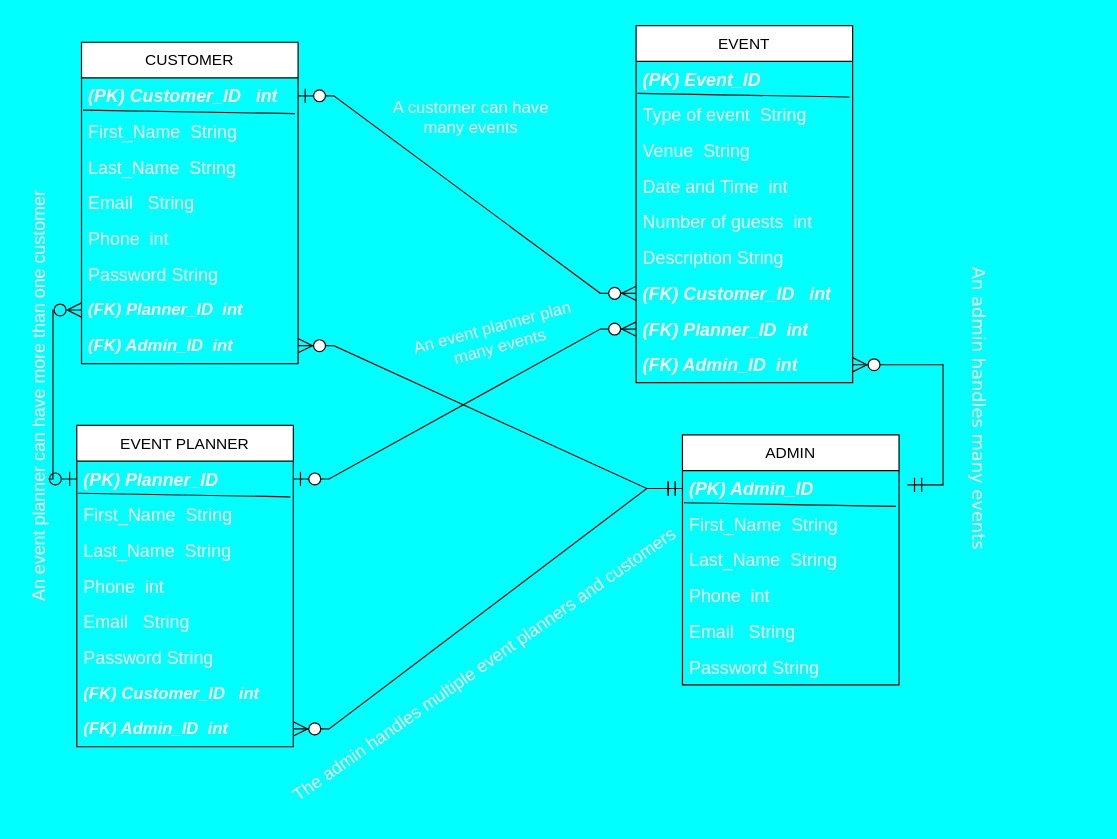
Above: page "Page-4" (4 of 8) of Untitled Diagram.drawio in Thuo001/ISProposal (draw.io), before the change. Source tidied: cells renumbered, new cells numbered last; positions are measured from the earlier drawing's top-left corner, leaving out a move shared by most shapes. Both pictures are drawn from the tidied source at 119%, with x=0, y=0 at pixel (-181, 25).
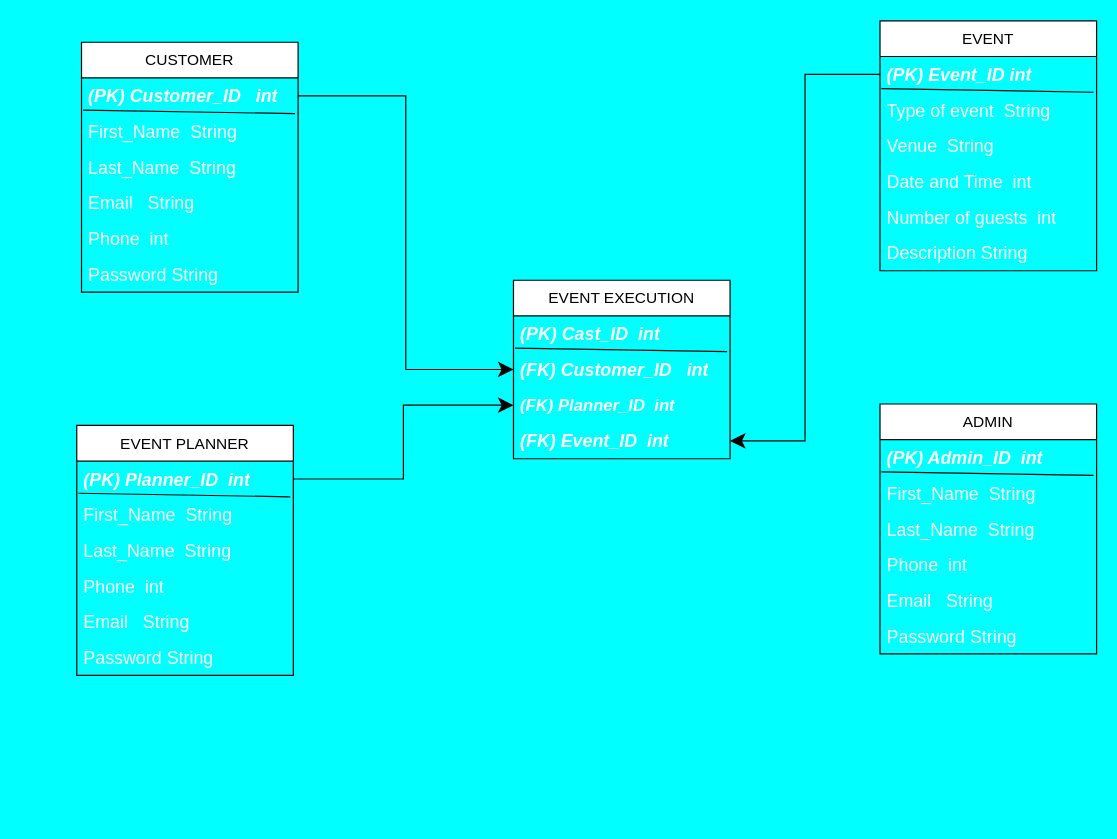
The same diagram, later.

The change refers to these unchanged cells:
```xml
<mxCell id="4" value="&lt;i style=&quot;&quot;&gt;&lt;b&gt;&lt;font color=&quot;#ffffff&quot; style=&quot;font-size: 15px;&quot;&gt;(PK) Customer_ID&amp;nbsp; &amp;nbsp;int&lt;/font&gt;&lt;/b&gt;&lt;/i&gt;" style="text;strokeColor=none;fillColor=none;align=left;verticalAlign=middle;spacingLeft=4;spacingRight=4;overflow=hidden;points=[[0,0.5],[1,0.5]];portConstraint=eastwest;whiteSpace=wrap;html=1;opacity=0;" parent="2" vertex="1">
  <mxGeometry y="30" width="182" height="30" as="geometry" />
</mxCell>
```

Diff of the diagram source:
```diff
@@
     <mxCell id="2" value="&lt;font style=&quot;font-size: 13px;&quot;&gt;CUSTOMER&lt;/font&gt;" style="swimlane;fontStyle=0;horizontal=1;startSize=30;whiteSpace=wrap;html=1;" parent="1" vertex="1">
-      <mxGeometry x="220" y="14" width="182" height="270" as="geometry" />
+      <mxGeometry x="220" y="14" width="182" height="210" as="geometry" />
     </mxCell>
@@
-    <mxCell id="10" value="&lt;i style=&quot;&quot;&gt;&lt;b&gt;&lt;font color=&quot;#ffffff&quot; style=&quot;font-size: 14px;&quot;&gt;(FK) Planner_ID&amp;nbsp; int&lt;/font&gt;&lt;/b&gt;&lt;/i&gt;" style="text;strokeColor=none;fillColor=none;align=left;verticalAlign=middle;spacingLeft=4;spacingRight=4;overflow=hidden;points=[[0,0.5],[1,0.5]];portConstraint=eastwest;whiteSpace=wrap;html=1;opacity=0;" parent="2" vertex="1">
-      <mxGeometry y="210" width="182" height="30" as="geometry" />
-    </mxCell>
-    <mxCell id="11" value="&lt;i style=&quot;&quot;&gt;&lt;b&gt;&lt;font color=&quot;#ffffff&quot; style=&quot;font-size: 14px;&quot;&gt;(FK) Admin_ID&amp;nbsp; int&lt;/font&gt;&lt;/b&gt;&lt;/i&gt;" style="text;strokeColor=none;fillColor=none;align=left;verticalAlign=middle;spacingLeft=4;spacingRight=4;overflow=hidden;points=[[0,0.5],[1,0.5]];portConstraint=eastwest;whiteSpace=wrap;html=1;opacity=0;" parent="2" vertex="1">
-      <mxGeometry y="240" width="182" height="30" as="geometry" />
-    </mxCell>
     <mxCell id="12" value="&lt;span style=&quot;font-size: 13px;&quot;&gt;EVENT&lt;/span&gt;" style="swimlane;fontStyle=0;horizontal=1;startSize=30;whiteSpace=wrap;html=1;" parent="1" vertex="1">
-      <mxGeometry x="686" width="182" height="300" as="geometry" />
+      <mxGeometry x="891" y="-4" width="182" height="210" as="geometry" />
     </mxCell>
@@
-    <mxCell id="14" value="&lt;i style=&quot;&quot;&gt;&lt;b&gt;&lt;font color=&quot;#ffffff&quot; style=&quot;font-size: 15px;&quot;&gt;(PK) Event_ID&lt;/font&gt;&lt;/b&gt;&lt;/i&gt;" style="text;strokeColor=none;fillColor=none;align=left;verticalAlign=middle;spacingLeft=4;spacingRight=4;overflow=hidden;points=[[0,0.5],[1,0.5]];portConstraint=eastwest;whiteSpace=wrap;html=1;opacity=0;" parent="12" vertex="1">
+    <mxCell id="14" value="&lt;i style=&quot;&quot;&gt;&lt;b&gt;&lt;font color=&quot;#ffffff&quot; style=&quot;font-size: 15px;&quot;&gt;(PK) Event_ID int&lt;/font&gt;&lt;/b&gt;&lt;/i&gt;" style="text;strokeColor=none;fillColor=none;align=left;verticalAlign=middle;spacingLeft=4;spacingRight=4;overflow=hidden;points=[[0,0.5],[1,0.5]];portConstraint=eastwest;whiteSpace=wrap;html=1;opacity=0;" parent="12" vertex="1">
       <mxGeometry y="30" width="182" height="30" as="geometry" />
     </mxCell>
@@
-    <mxCell id="20" value="&lt;i style=&quot;&quot;&gt;&lt;b&gt;&lt;font color=&quot;#ffffff&quot; style=&quot;font-size: 15px;&quot;&gt;(FK) Customer_ID&amp;nbsp; &amp;nbsp;int&lt;/font&gt;&lt;/b&gt;&lt;/i&gt;" style="text;strokeColor=none;fillColor=none;align=left;verticalAlign=middle;spacingLeft=4;spacingRight=4;overflow=hidden;points=[[0,0.5],[1,0.5]];portConstraint=eastwest;whiteSpace=wrap;html=1;opacity=0;" parent="12" vertex="1">
-      <mxGeometry y="210" width="182" height="30" as="geometry" />
-    </mxCell>
-    <mxCell id="21" value="&lt;i style=&quot;&quot;&gt;&lt;b&gt;&lt;font color=&quot;#ffffff&quot; style=&quot;font-size: 15px;&quot;&gt;(FK) Planner_ID&amp;nbsp; int&lt;/font&gt;&lt;/b&gt;&lt;/i&gt;" style="text;strokeColor=none;fillColor=none;align=left;verticalAlign=middle;spacingLeft=4;spacingRight=4;overflow=hidden;points=[[0,0.5],[1,0.5]];portConstraint=eastwest;whiteSpace=wrap;html=1;opacity=0;" parent="12" vertex="1">
-      <mxGeometry y="240" width="182" height="30" as="geometry" />
-    </mxCell>
-    <mxCell id="22" value="&lt;i style=&quot;&quot;&gt;&lt;b&gt;&lt;font color=&quot;#ffffff&quot; style=&quot;font-size: 15px;&quot;&gt;(FK) Admin_ID&amp;nbsp; int&lt;/font&gt;&lt;/b&gt;&lt;/i&gt;" style="text;strokeColor=none;fillColor=none;align=left;verticalAlign=middle;spacingLeft=4;spacingRight=4;overflow=hidden;points=[[0,0.5],[1,0.5]];portConstraint=eastwest;whiteSpace=wrap;html=1;opacity=0;" parent="12" vertex="1">
-      <mxGeometry y="270" width="182" height="30" as="geometry" />
-    </mxCell>
     <mxCell id="23" value="&lt;span style=&quot;font-size: 13px;&quot;&gt;ADMIN&lt;/span&gt;" style="swimlane;fontStyle=0;horizontal=1;startSize=30;whiteSpace=wrap;html=1;" parent="1" vertex="1">
-      <mxGeometry x="725" y="344" width="182" height="210" as="geometry" />
+      <mxGeometry x="891" y="318" width="182" height="210" as="geometry" />
     </mxCell>
@@
-    <mxCell id="25" value="&lt;i style=&quot;&quot;&gt;&lt;b&gt;&lt;font color=&quot;#ffffff&quot; style=&quot;font-size: 15px;&quot;&gt;(PK) Admin_ID&lt;/font&gt;&lt;/b&gt;&lt;/i&gt;" style="text;strokeColor=none;fillColor=none;align=left;verticalAlign=middle;spacingLeft=4;spacingRight=4;overflow=hidden;points=[[0,0.5],[1,0.5]];portConstraint=eastwest;whiteSpace=wrap;html=1;opacity=0;" parent="23" vertex="1">
+    <mxCell id="25" value="&lt;i style=&quot;&quot;&gt;&lt;b&gt;&lt;font color=&quot;#ffffff&quot; style=&quot;font-size: 15px;&quot;&gt;(PK) Admin_ID&amp;nbsp; int&lt;/font&gt;&lt;/b&gt;&lt;/i&gt;" style="text;strokeColor=none;fillColor=none;align=left;verticalAlign=middle;spacingLeft=4;spacingRight=4;overflow=hidden;points=[[0,0.5],[1,0.5]];portConstraint=eastwest;whiteSpace=wrap;html=1;opacity=0;" parent="23" vertex="1">
       <mxGeometry y="30" width="182" height="30" as="geometry" />
     </mxCell>
@@
     <mxCell id="31" value="&lt;span style=&quot;font-size: 13px;&quot;&gt;EVENT PLANNER&lt;/span&gt;" style="swimlane;fontStyle=0;horizontal=1;startSize=30;whiteSpace=wrap;html=1;" parent="1" vertex="1">
-      <mxGeometry x="216" y="336" width="182" height="270" as="geometry" />
+      <mxGeometry x="216" y="336" width="182" height="210" as="geometry" />
     </mxCell>
@@
-    <mxCell id="33" value="&lt;i style=&quot;&quot;&gt;&lt;b&gt;&lt;font color=&quot;#ffffff&quot; style=&quot;font-size: 15px;&quot;&gt;(PK) Planner_ID&lt;/font&gt;&lt;/b&gt;&lt;/i&gt;" style="text;strokeColor=none;fillColor=none;align=left;verticalAlign=middle;spacingLeft=4;spacingRight=4;overflow=hidden;points=[[0,0.5],[1,0.5]];portConstraint=eastwest;whiteSpace=wrap;html=1;opacity=0;" parent="31" vertex="1">
+    <mxCell id="33" value="&lt;i style=&quot;&quot;&gt;&lt;b&gt;&lt;font color=&quot;#ffffff&quot; style=&quot;font-size: 15px;&quot;&gt;(PK) Planner_ID&amp;nbsp; int&lt;/font&gt;&lt;/b&gt;&lt;/i&gt;" style="text;strokeColor=none;fillColor=none;align=left;verticalAlign=middle;spacingLeft=4;spacingRight=4;overflow=hidden;points=[[0,0.5],[1,0.5]];portConstraint=eastwest;whiteSpace=wrap;html=1;opacity=0;" parent="31" vertex="1">
       <mxGeometry y="30" width="182" height="30" as="geometry" />
     </mxCell>
@@
-    <mxCell id="39" value="&lt;i style=&quot;&quot;&gt;&lt;b&gt;&lt;font color=&quot;#ffffff&quot; style=&quot;font-size: 14px;&quot;&gt;(FK) Customer_ID&amp;nbsp; &amp;nbsp;int&lt;/font&gt;&lt;/b&gt;&lt;/i&gt;" style="text;strokeColor=none;fillColor=none;align=left;verticalAlign=middle;spacingLeft=4;spacingRight=4;overflow=hidden;whiteSpace=wrap;html=1;opacity=0;" parent="31" vertex="1">
-      <mxGeometry y="210" width="182" height="30" as="geometry" />
-    </mxCell>
-    <mxCell id="40" value="&lt;i style=&quot;&quot;&gt;&lt;b&gt;&lt;font color=&quot;#ffffff&quot; style=&quot;font-size: 14px;&quot;&gt;(FK) Admin_ID&amp;nbsp; int&lt;/font&gt;&lt;/b&gt;&lt;/i&gt;" style="text;strokeColor=none;fillColor=none;align=left;verticalAlign=middle;spacingLeft=4;spacingRight=4;overflow=hidden;points=[[0,0.5],[1,0.5]];portConstraint=eastwest;whiteSpace=wrap;html=1;opacity=0;" parent="31" vertex="1">
-      <mxGeometry y="240" width="182" height="30" as="geometry" />
-    </mxCell>
-    <mxCell id="41" style="edgeStyle=entityRelationEdgeStyle;fontSize=12;html=1;endArrow=ERzeroToMany;startArrow=ERmandOne;rounded=0;entryX=1;entryY=0.5;entryDx=0;entryDy=0;exitX=0;exitY=0.5;exitDx=0;exitDy=0;endSize=10;startSize=10;" parent="1" edge="1" source="25" target="11">
-      <mxGeometry relative="1" as="geometry" />
-    </mxCell>
+    <mxCell id="52" value="&lt;span style=&quot;font-size: 13px;&quot;&gt;EVENT EXECUTION&lt;/span&gt;" style="swimlane;fontStyle=0;horizontal=1;startSize=30;whiteSpace=wrap;html=1;" parent="1" vertex="1">
+      <mxGeometry x="583" y="214" width="182" height="150" as="geometry" />
+    </mxCell>
+    <mxCell id="53" style="endArrow=none;html=1;rounded=0;entryX=0.986;entryY=0;entryDx=0;entryDy=0;entryPerimeter=0;exitX=0.007;exitY=0.9;exitDx=0;exitDy=0;exitPerimeter=0;" parent="52" edge="1" source="54">
+      <mxGeometry relative="1" as="geometry">
+        <mxPoint x="179.5" y="60" as="targetPoint" />
+      </mxGeometry>
+    </mxCell>
+    <mxCell id="54" value="&lt;i style=&quot;&quot;&gt;&lt;b&gt;&lt;font color=&quot;#ffffff&quot; style=&quot;font-size: 15px;&quot;&gt;(PK) Cast_ID&amp;nbsp; int&lt;/font&gt;&lt;/b&gt;&lt;/i&gt;" style="text;strokeColor=none;fillColor=none;align=left;verticalAlign=middle;spacingLeft=4;spacingRight=4;overflow=hidden;points=[[0,0.5],[1,0.5]];portConstraint=eastwest;whiteSpace=wrap;html=1;opacity=0;" parent="52" vertex="1">
+      <mxGeometry y="30" width="182" height="30" as="geometry" />
+    </mxCell>
+    <mxCell id="20" value="&lt;i style=&quot;&quot;&gt;&lt;b&gt;&lt;font color=&quot;#ffffff&quot; style=&quot;font-size: 15px;&quot;&gt;(FK) Customer_ID&amp;nbsp; &amp;nbsp;int&lt;/font&gt;&lt;/b&gt;&lt;/i&gt;" style="text;strokeColor=none;fillColor=none;align=left;verticalAlign=middle;spacingLeft=4;spacingRight=4;overflow=hidden;points=[[0,0.5],[1,0.5]];portConstraint=eastwest;whiteSpace=wrap;html=1;opacity=0;" parent="52" vertex="1">
+      <mxGeometry y="60" width="182" height="30" as="geometry" />
+    </mxCell>
+    <mxCell id="10" value="&lt;i style=&quot;&quot;&gt;&lt;b&gt;&lt;font color=&quot;#ffffff&quot; style=&quot;font-size: 14px;&quot;&gt;(FK) Planner_ID&amp;nbsp; int&lt;/font&gt;&lt;/b&gt;&lt;/i&gt;" style="text;strokeColor=none;fillColor=none;align=left;verticalAlign=middle;spacingLeft=4;spacingRight=4;overflow=hidden;points=[[0,0.5],[1,0.5]];portConstraint=eastwest;whiteSpace=wrap;html=1;opacity=0;" parent="52" vertex="1">
+      <mxGeometry y="90" width="182" height="30" as="geometry" />
+    </mxCell>
+    <mxCell id="55" value="&lt;i style=&quot;&quot;&gt;&lt;b&gt;&lt;font color=&quot;#ffffff&quot; style=&quot;font-size: 15px;&quot;&gt;(FK) Event_ID&amp;nbsp; int&lt;/font&gt;&lt;/b&gt;&lt;/i&gt;" style="text;strokeColor=none;fillColor=none;align=left;verticalAlign=middle;spacingLeft=4;spacingRight=4;overflow=hidden;points=[[0,0.5],[1,0.5]];portConstraint=eastwest;whiteSpace=wrap;html=1;opacity=0;" parent="52" vertex="1">
+      <mxGeometry y="120" width="182" height="30" as="geometry" />
+    </mxCell>
-    <mxCell id="42" style="edgeStyle=entityRelationEdgeStyle;fontSize=12;html=1;endArrow=ERzeroToMany;startArrow=ERzeroToOne;rounded=0;exitX=1;exitY=0.5;exitDx=0;exitDy=0;endSize=10;startSize=10;entryX=0;entryY=0.5;entryDx=0;entryDy=0;" parent="1" edge="1" source="4" target="20">
+    <mxCell id="42" style="edgeStyle=orthogonalEdgeStyle;rounded=0;jettySize=auto;html=1;exitX=1;exitY=0.5;exitDx=0;exitDy=0;entryX=0;entryY=0.5;entryDx=0;entryDy=0;endSize=10;startSize=10;targetPerimeterSpacing=5;sourcePerimeterSpacing=5;" parent="1" edge="1" source="4" target="20">
       <mxGeometry relative="1" as="geometry" />
     </mxCell>
-    <mxCell id="43" value="&lt;font color=&quot;#ffffff&quot; style=&quot;font-size: 14px;&quot;&gt;A customer can have many events&lt;/font&gt;" style="text;html=1;strokeColor=none;fillColor=none;align=center;verticalAlign=middle;whiteSpace=wrap;rounded=0;" parent="1" vertex="1">
-      <mxGeometry x="475" y="62" width="145" height="30" as="geometry" />
-    </mxCell>
-    <mxCell id="44" style="edgeStyle=entityRelationEdgeStyle;fontSize=12;html=1;endArrow=ERzeroToMany;startArrow=ERmandOne;rounded=0;exitX=0;exitY=0.5;exitDx=0;exitDy=0;endSize=10;startSize=10;entryX=1;entryY=0.5;entryDx=0;entryDy=0;" parent="1" edge="1" source="25" target="40">
-      <mxGeometry relative="1" as="geometry">
-        <Array as="points">
-          <mxPoint x="296" y="565" />
-        </Array>
-      </mxGeometry>
-    </mxCell>
-    <mxCell id="45" value="&lt;font color=&quot;#ffffff&quot; style=&quot;font-size: 15px;&quot;&gt;The admin handles multiple event planners and customers&lt;/font&gt;" style="text;html=1;align=center;verticalAlign=middle;strokeColor=none;fillColor=none;rotation=-35;" parent="1" vertex="1">
-      <mxGeometry x="354" y="522" width="407" height="30" as="geometry" />
-    </mxCell>
-    <mxCell id="46" style="edgeStyle=entityRelationEdgeStyle;fontSize=12;html=1;endArrow=ERzeroToMany;startArrow=ERzeroToOne;rounded=0;entryX=0;entryY=0.5;entryDx=0;entryDy=0;exitX=1;exitY=0.5;exitDx=0;exitDy=0;endSize=10;startSize=10;" parent="1" edge="1" source="33" target="21">
-      <mxGeometry relative="1" as="geometry" />
-    </mxCell>
-    <mxCell id="47" value="&lt;font color=&quot;#ffffff&quot; style=&quot;font-size: 14px;&quot;&gt;An event planner plan&amp;nbsp; many events&lt;/font&gt;" style="text;html=1;strokeColor=none;fillColor=none;align=center;verticalAlign=middle;whiteSpace=wrap;rounded=0;rotation=-15;" parent="1" vertex="1">
-      <mxGeometry x="497" y="246" width="145" height="30" as="geometry" />
-    </mxCell>
-    <mxCell id="48" style="edgeStyle=orthogonalEdgeStyle;rounded=0;jettySize=auto;html=1;exitX=0;exitY=0.5;exitDx=0;exitDy=0;entryX=0;entryY=0.5;entryDx=0;entryDy=0;startArrow=ERzeroToMany;startFill=0;endArrow=ERzeroToOne;endFill=0;endSize=10;startSize=10;" parent="1" edge="1" source="10" target="33">
-      <mxGeometry relative="1" as="geometry" />
-    </mxCell>
-    <mxCell id="49" value="&lt;font face=&quot;Verdana&quot; color=&quot;#ffffff&quot; style=&quot;font-size: 15px;&quot;&gt;An admin handles many events&lt;/font&gt;" style="text;html=1;align=center;verticalAlign=middle;strokeColor=none;fillColor=none;rotation=90;" parent="1" vertex="1">
-      <mxGeometry x="847" y="306" width="255" height="30" as="geometry" />
-    </mxCell>
-    <mxCell id="50" style="edgeStyle=entityRelationEdgeStyle;fontSize=12;html=1;endArrow=ERzeroToMany;startArrow=ERmandOne;rounded=0;entryX=1;entryY=0.5;entryDx=0;entryDy=0;endSize=10;startSize=10;" parent="1" edge="1" target="22">
-      <mxGeometry relative="1" as="geometry">
-        <mxPoint x="914" y="386" as="sourcePoint" />
-      </mxGeometry>
-    </mxCell>
-    <mxCell id="51" value="&lt;font color=&quot;#ffffff&quot; style=&quot;font-size: 15px;&quot;&gt;An event planner can have more than one customer&amp;nbsp;&lt;/font&gt;" style="text;html=1;align=left;verticalAlign=middle;strokeColor=none;fillColor=none;rotation=-90;" parent="1" vertex="1">
-      <mxGeometry y="288" width="367" height="30" as="geometry" />
-    </mxCell>
+    <mxCell id="56" style="edgeStyle=orthogonalEdgeStyle;rounded=0;jettySize=auto;html=1;exitX=1;exitY=0.5;exitDx=0;exitDy=0;entryX=0;entryY=0.5;entryDx=0;entryDy=0;targetPerimeterSpacing=5;sourcePerimeterSpacing=5;endSize=10;startSize=10;" parent="1" edge="1" source="33" target="10">
+      <mxGeometry relative="1" as="geometry" />
+    </mxCell>
+    <mxCell id="57" style="edgeStyle=orthogonalEdgeStyle;rounded=0;jettySize=auto;html=1;exitX=0;exitY=0.5;exitDx=0;exitDy=0;entryX=1;entryY=0.5;entryDx=0;entryDy=0;endSize=10;startSize=10;targetPerimeterSpacing=5;sourcePerimeterSpacing=5;" parent="1" edge="1" source="14" target="55">
+      <mxGeometry relative="1" as="geometry" />
+    </mxCell>
```
